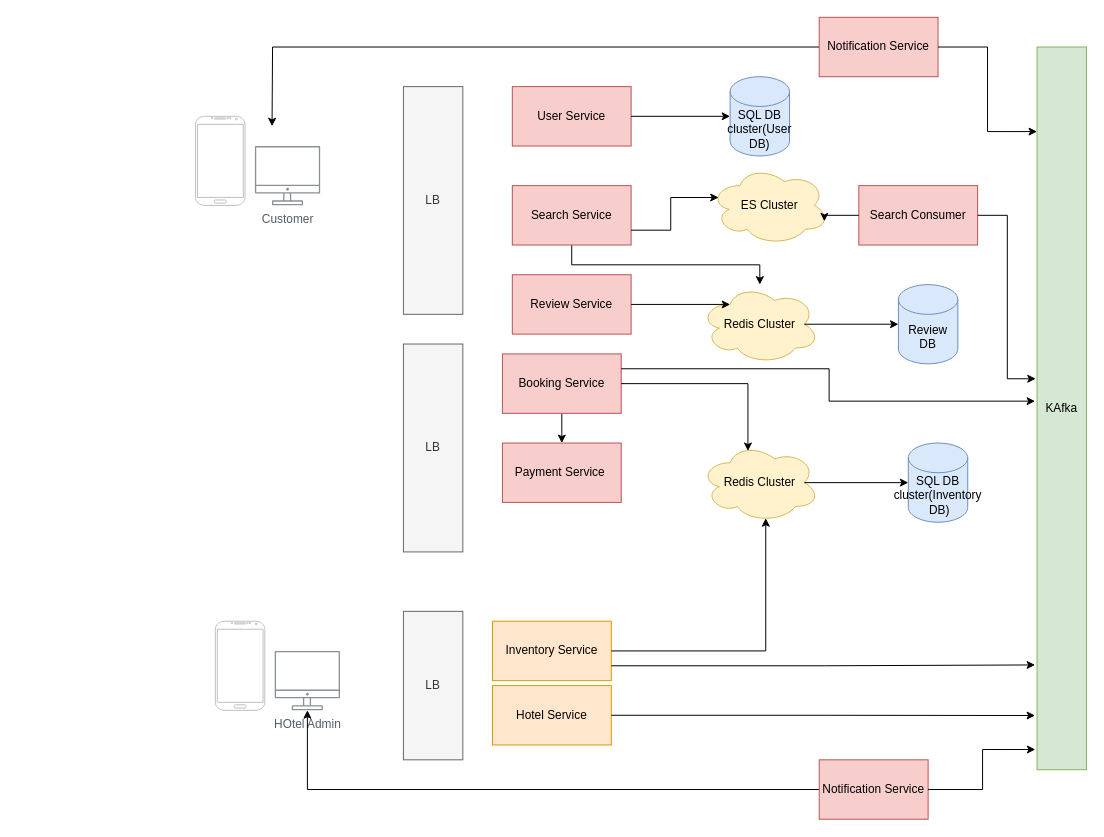
This is hotel_booking.drawio from vrubal/system-design, a draw.io file, before an edit. Source tidied: cells renumbered, new cells numbered last; positions are measured from the earlier drawing's top-left corner, leaving out a move shared by most shapes. Both pictures are drawn from the tidied source at 99%, with x=0, y=0 at pixel (195, 17).
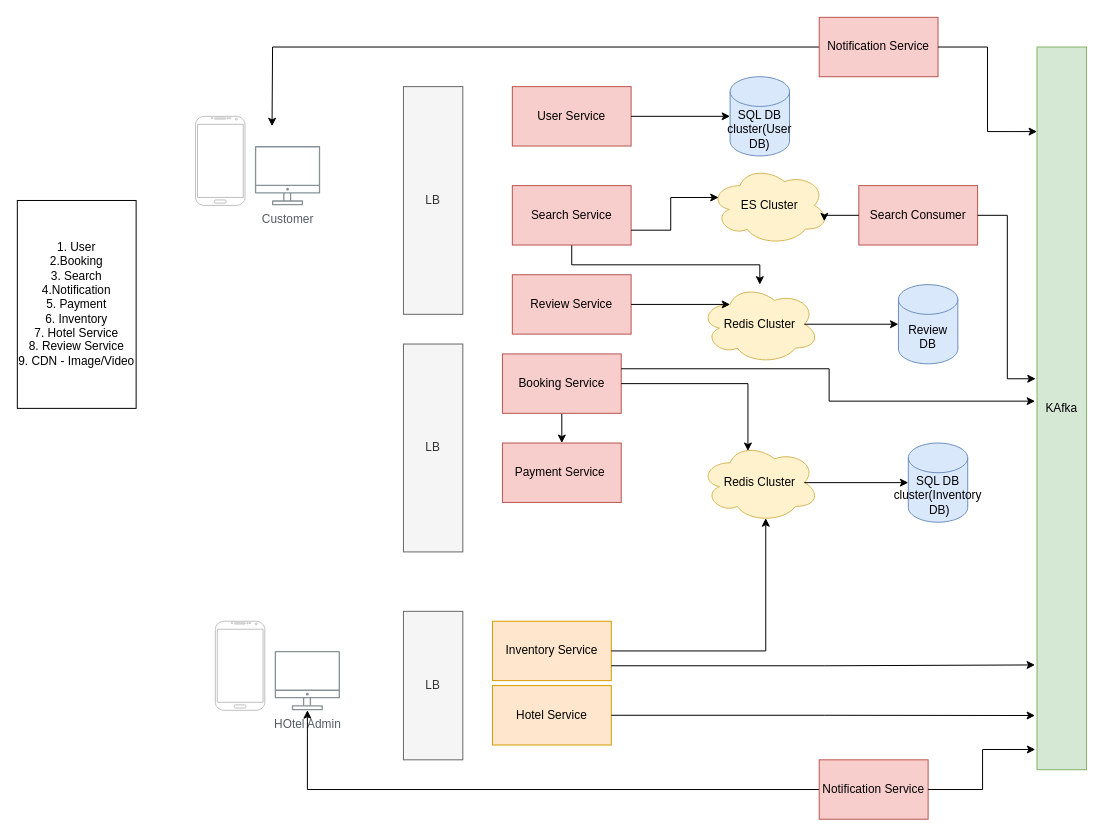
The same diagram, later.

The edit, as a diff of the source:
```diff
@@
+    <mxCell id="44" value="1. User&lt;br&gt;2.Booking&lt;br&gt;3. Search&lt;br&gt;4.Notification&lt;br&gt;5. Payment&lt;br&gt;6. Inventory&lt;br&gt;7. Hotel Service&lt;br&gt;8. Review Service&lt;br&gt;9. CDN - Image/Video" style="rounded=0;whiteSpace=wrap;html=1;" parent="1" vertex="1">
+      <mxGeometry x="-180" y="185" width="120" height="210" as="geometry" />
+    </mxCell>
```
